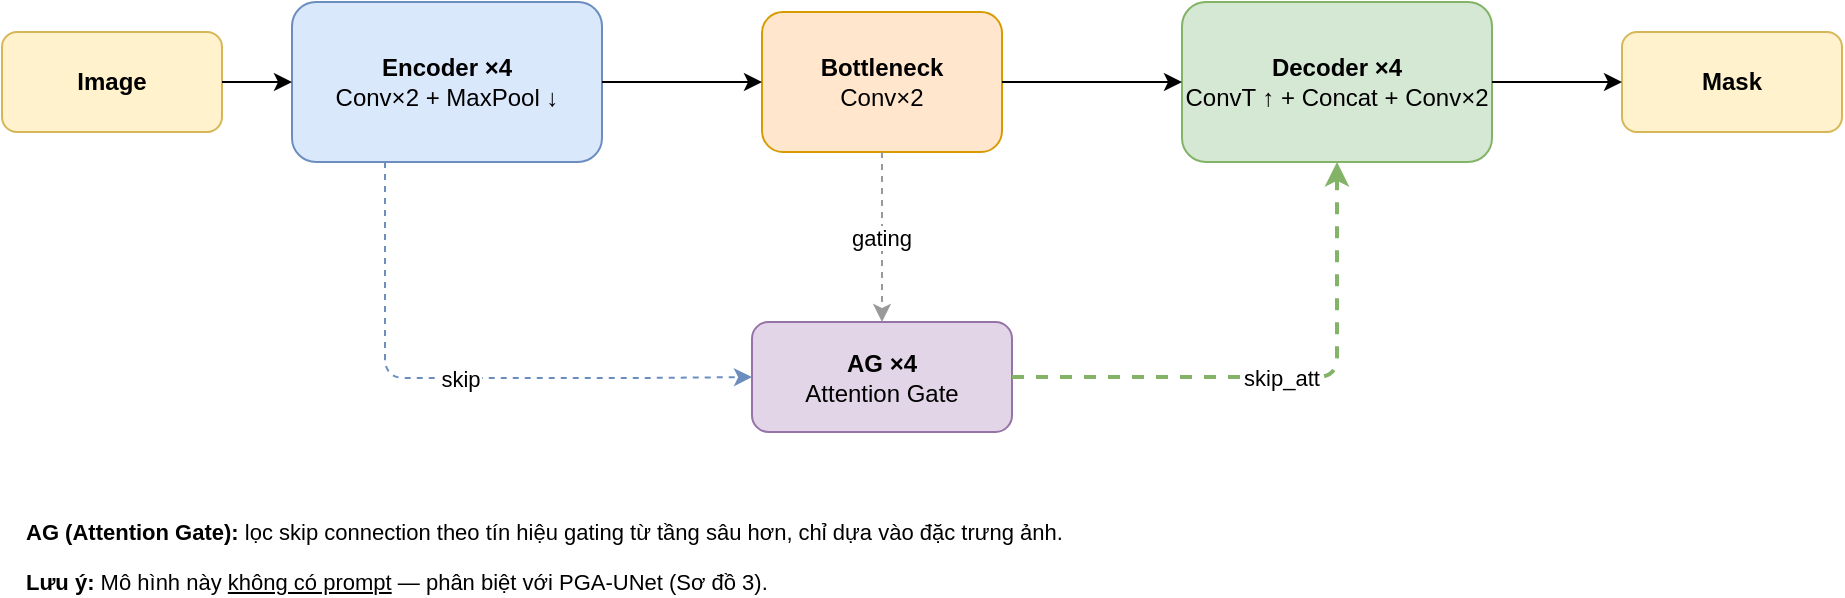
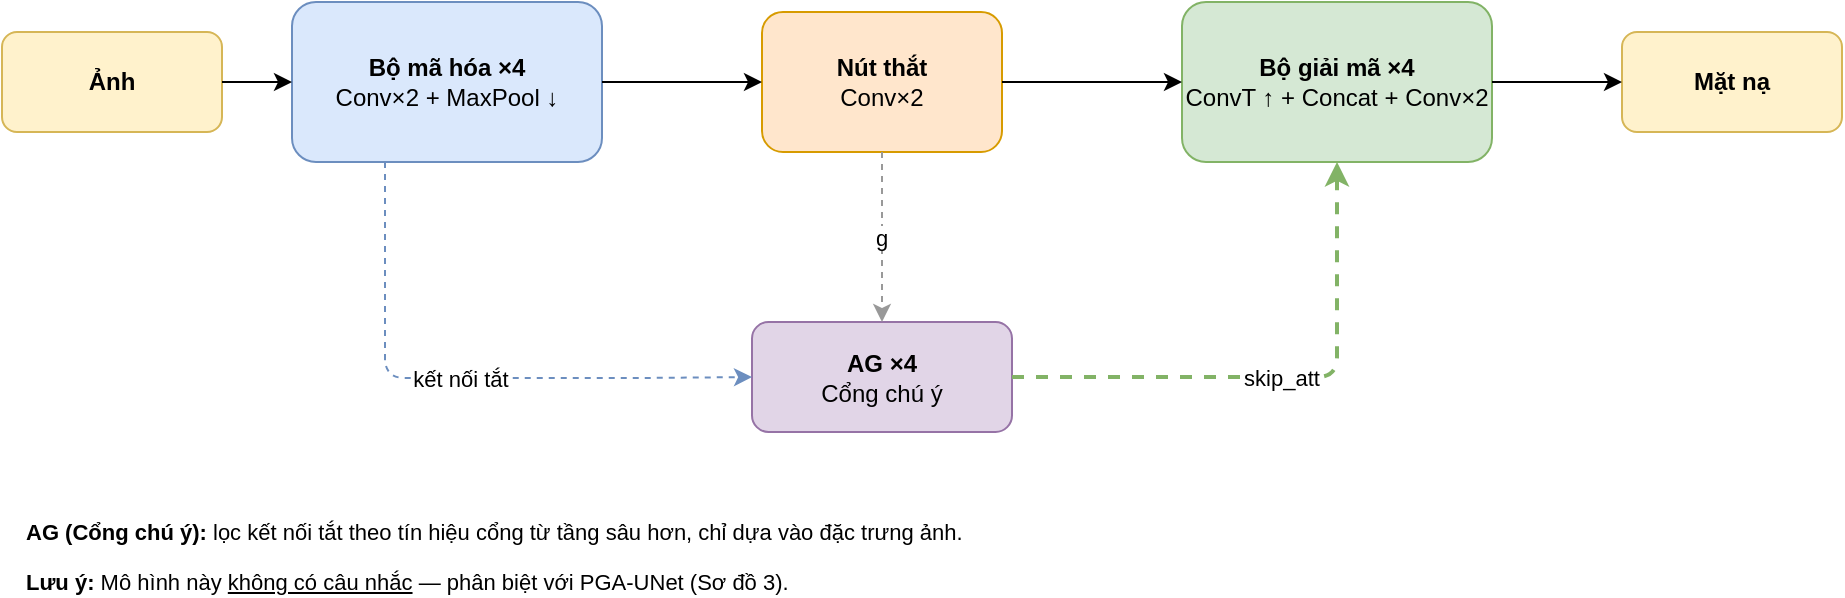
<mxfile host="65bd71144e">
    <diagram name="2. Attention U-Net" id="attunet2d">
        <mxGraphModel dx="1042" dy="269" grid="1" gridSize="10" guides="1" tooltips="1" connect="1" arrows="1" fold="1" page="1" pageScale="1" pageWidth="960" pageHeight="370" math="0" shadow="0">
            <root>
                <mxCell id="0"/>
                <mxCell id="1" parent="0"/>
-                 <mxCell id="inp" value="&lt;b&gt;Image&lt;/b&gt;" style="rounded=1;whiteSpace=wrap;html=1;fillColor=#fff2cc;strokeColor=#d6b656;fontSize=12;" parent="1" vertex="1">
+                 <mxCell id="inp" value="&lt;b&gt;Ảnh&lt;/b&gt;" style="rounded=1;whiteSpace=wrap;html=1;fillColor=#fff2cc;strokeColor=#d6b656;fontSize=12;" parent="1" vertex="1">
                    <mxGeometry x="10" y="85" width="110" height="50" as="geometry"/>
                </mxCell>
-                 <mxCell id="enc" value="&lt;b&gt;Encoder ×4&lt;/b&gt;&lt;br&gt;Conv×2 + MaxPool ↓" style="rounded=1;whiteSpace=wrap;html=1;fillColor=#dae8fc;strokeColor=#6c8ebf;fontSize=12;" parent="1" vertex="1">
+                 <mxCell id="enc" value="&lt;b&gt;Bộ mã hóa ×4&lt;/b&gt;&lt;br&gt;Conv×2 + MaxPool ↓" style="rounded=1;whiteSpace=wrap;html=1;fillColor=#dae8fc;strokeColor=#6c8ebf;fontSize=12;" parent="1" vertex="1">
                    <mxGeometry x="155" y="70" width="155" height="80" as="geometry"/>
                </mxCell>
-                 <mxCell id="bn" value="&lt;b&gt;Bottleneck&lt;/b&gt;&lt;br&gt;Conv×2" style="rounded=1;whiteSpace=wrap;html=1;fillColor=#ffe6cc;strokeColor=#d79b00;fontSize=12;" parent="1" vertex="1">
+                 <mxCell id="bn" value="&lt;b&gt;Nút thắt&lt;/b&gt;&lt;br&gt;Conv×2" style="rounded=1;whiteSpace=wrap;html=1;fillColor=#ffe6cc;strokeColor=#d79b00;fontSize=12;" parent="1" vertex="1">
                    <mxGeometry x="390" y="75" width="120" height="70" as="geometry"/>
                </mxCell>
-                 <mxCell id="dec" value="&lt;b&gt;Decoder ×4&lt;/b&gt;&lt;br&gt;ConvT ↑ + Concat + Conv×2" style="rounded=1;whiteSpace=wrap;html=1;fillColor=#d5e8d4;strokeColor=#82b366;fontSize=12;" parent="1" vertex="1">
+                 <mxCell id="dec" value="&lt;b&gt;Bộ giải mã ×4&lt;/b&gt;&lt;br&gt;ConvT ↑ + Concat + Conv×2" style="rounded=1;whiteSpace=wrap;html=1;fillColor=#d5e8d4;strokeColor=#82b366;fontSize=12;" parent="1" vertex="1">
                    <mxGeometry x="600" y="70" width="155" height="80" as="geometry"/>
                </mxCell>
-                 <mxCell id="out" value="&lt;b&gt;Mask&lt;/b&gt;" style="rounded=1;whiteSpace=wrap;html=1;fillColor=#fff2cc;strokeColor=#d6b656;fontSize=12;" parent="1" vertex="1">
+                 <mxCell id="out" value="&lt;b&gt;Mặt nạ&lt;/b&gt;" style="rounded=1;whiteSpace=wrap;html=1;fillColor=#fff2cc;strokeColor=#d6b656;fontSize=12;" parent="1" vertex="1">
                    <mxGeometry x="820" y="85" width="110" height="50" as="geometry"/>
                </mxCell>
-                 <mxCell id="ag" value="&lt;b&gt;AG ×4&lt;/b&gt;&lt;br&gt;Attention Gate" style="rounded=1;whiteSpace=wrap;html=1;fillColor=#e1d5e7;strokeColor=#9673a6;fontSize=12;" parent="1" vertex="1">
+                 <mxCell id="ag" value="&lt;b&gt;AG ×4&lt;/b&gt;&lt;br&gt;Cổng chú ý" style="rounded=1;whiteSpace=wrap;html=1;fillColor=#e1d5e7;strokeColor=#9673a6;fontSize=12;" parent="1" vertex="1">
                    <mxGeometry x="385" y="230" width="130" height="55" as="geometry"/>
                </mxCell>
                <mxCell id="e_inp_enc" value="" style="edgeStyle=orthogonalEdgeStyle;exitX=1;exitY=0.5;exitDx=0;exitDy=0;entryX=0;entryY=0.5;entryDx=0;entryDy=0;" parent="1" source="inp" target="enc" edge="1">
                    <mxGeometry relative="1" as="geometry"/>
                </mxCell>
                <mxCell id="e_enc_bn" value="" style="edgeStyle=orthogonalEdgeStyle;exitX=1;exitY=0.5;exitDx=0;exitDy=0;entryX=0;entryY=0.5;entryDx=0;entryDy=0;" parent="1" source="enc" target="bn" edge="1">
                    <mxGeometry relative="1" as="geometry"/>
                </mxCell>
                <mxCell id="e_bn_dec" value="" style="edgeStyle=orthogonalEdgeStyle;exitX=1;exitY=0.5;exitDx=0;exitDy=0;entryX=0;entryY=0.5;entryDx=0;entryDy=0;" parent="1" source="bn" target="dec" edge="1">
                    <mxGeometry relative="1" as="geometry"/>
                </mxCell>
                <mxCell id="e_dec_out" value="" style="edgeStyle=orthogonalEdgeStyle;exitX=1;exitY=0.5;exitDx=0;exitDy=0;entryX=0;entryY=0.5;entryDx=0;entryDy=0;" parent="1" source="dec" target="out" edge="1">
                    <mxGeometry relative="1" as="geometry"/>
                </mxCell>
-                 <mxCell id="skip_enc_ag" value="skip" style="edgeStyle=orthogonalEdgeStyle;dashed=1;strokeColor=#6c8ebf;fontSize=11;exitX=0.3;exitY=1;exitDx=0;exitDy=0;labelBackgroundColor=#ffffff;entryX=0;entryY=0.5;entryDx=0;entryDy=0;" parent="1" source="enc" target="ag" edge="1">
+                 <mxCell id="skip_enc_ag" value="kết nối tắt" style="edgeStyle=orthogonalEdgeStyle;dashed=1;strokeColor=#6c8ebf;fontSize=11;exitX=0.3;exitY=1;exitDx=0;exitDy=0;labelBackgroundColor=#ffffff;entryX=0;entryY=0.5;entryDx=0;entryDy=0;" parent="1" source="enc" target="ag" edge="1">
                    <mxGeometry relative="1" as="geometry">
                        <mxPoint x="290" y="220" as="targetPoint"/>
                        <Array as="points">
                            <mxPoint x="202" y="258"/>
                            <mxPoint x="330" y="258"/>
                        </Array>
                    </mxGeometry>
                </mxCell>
                <mxCell id="skip_ag_dec" value="skip_att" style="edgeStyle=orthogonalEdgeStyle;dashed=1;strokeColor=#82b366;strokeWidth=2;fontSize=11;exitX=1;exitY=0.5;exitDx=0;exitDy=0;entryX=0.5;entryY=1;entryDx=0;entryDy=0;labelBackgroundColor=#ffffff;" parent="1" source="ag" target="dec" edge="1">
                    <mxGeometry relative="1" as="geometry">
                        <Array as="points">
                            <mxPoint x="678" y="258"/>
                        </Array>
                    </mxGeometry>
                </mxCell>
-                 <mxCell id="gating" value="gating" style="edgeStyle=orthogonalEdgeStyle;dashed=1;strokeColor=#999999;strokeWidth=1;fontSize=11;exitX=0.5;exitY=1;exitDx=0;exitDy=0;entryX=0.5;entryY=0;entryDx=0;entryDy=0;labelBackgroundColor=#ffffff;" parent="1" source="bn" target="ag" edge="1">
+                 <mxCell id="gating" value="g" style="edgeStyle=orthogonalEdgeStyle;dashed=1;strokeColor=#999999;strokeWidth=1;fontSize=11;exitX=0.5;exitY=1;exitDx=0;exitDy=0;entryX=0.5;entryY=0;entryDx=0;entryDy=0;labelBackgroundColor=#ffffff;" parent="1" source="bn" target="ag" edge="1">
                    <mxGeometry relative="1" as="geometry"/>
                </mxCell>
-                 <mxCell id="leg1" value="&lt;b&gt;AG (Attention Gate):&lt;/b&gt; lọc skip connection theo tín hiệu gating từ tầng sâu hơn, chỉ dựa vào đặc trưng ảnh." style="text;html=1;align=left;fontSize=11;strokeColor=none;fillColor=none;" parent="1" vertex="1">
+                 <mxCell id="leg1" value="&lt;b&gt;AG (Cổng chú ý):&lt;/b&gt; lọc kết nối tắt theo tín hiệu cổng từ tầng sâu hơn, chỉ dựa vào đặc trưng ảnh." style="text;html=1;align=left;fontSize=11;strokeColor=none;fillColor=none;" parent="1" vertex="1">
                    <mxGeometry x="20" y="322" width="700" height="20" as="geometry"/>
                </mxCell>
-                 <mxCell id="leg2" value="&lt;b&gt;Lưu ý:&lt;/b&gt; Mô hình này &lt;u&gt;không có prompt&lt;/u&gt; — phân biệt với PGA-UNet (Sơ đồ 3)." style="text;html=1;align=left;fontSize=11;strokeColor=none;fillColor=none;" parent="1" vertex="1">
+                 <mxCell id="leg2" value="&lt;b&gt;Lưu ý:&lt;/b&gt; Mô hình này &lt;u&gt;không có câu nhắc&lt;/u&gt; — phân biệt với PGA-UNet (Sơ đồ 3)." style="text;html=1;align=left;fontSize=11;strokeColor=none;fillColor=none;" parent="1" vertex="1">
                    <mxGeometry x="20" y="347" width="550" height="20" as="geometry"/>
                </mxCell>
            </root>
        </mxGraphModel>
    </diagram>
</mxfile>